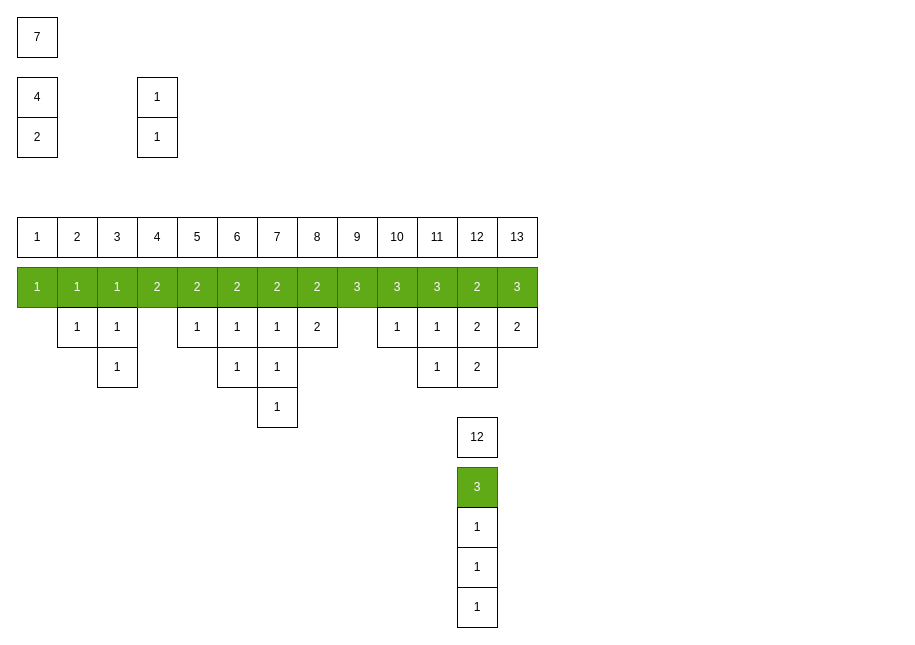
TaegyuHan/BackJoon_C keeps this draw.io diagram as 다이나믹프로그래밍/1699 제곱수의 합/1699.drawio. Above is the earlier version. Source tidied: cells renumbered, new cells numbered last; positions are measured from the earlier drawing's top-left corner, leaving out a move shared by most shapes. Both pictures are drawn from the tidied source at 100%, with x=0, y=0 at pixel (17, 17).
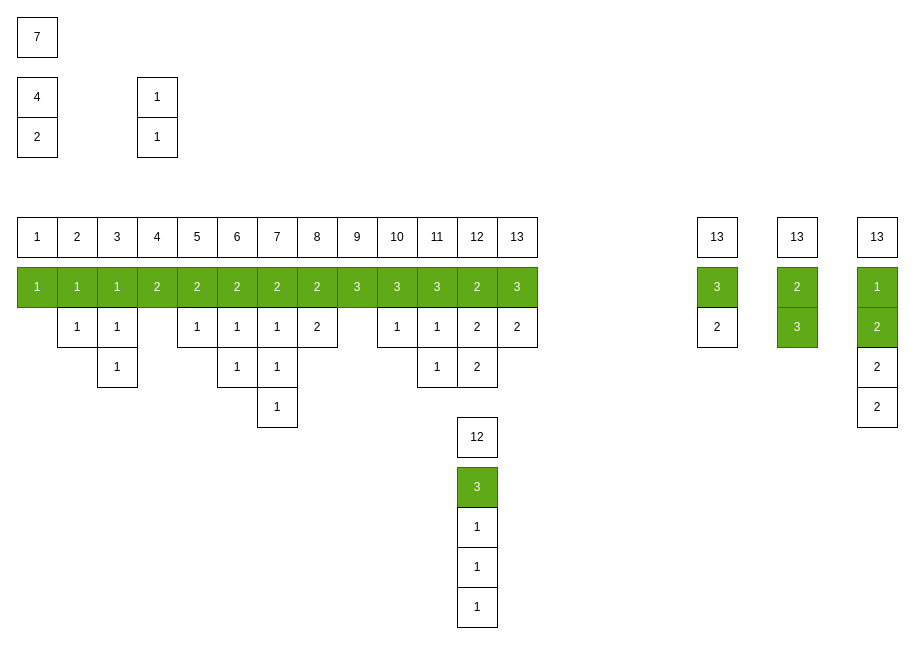
After the change.

What changed in the source:
```diff
@@
+    <mxCell id="54" value="13" style="rounded=0;whiteSpace=wrap;html=1;" parent="1" vertex="1">
+      <mxGeometry x="680" y="200" width="40" height="40" as="geometry" />
+    </mxCell>
+    <mxCell id="55" value="3" style="rounded=0;whiteSpace=wrap;html=1;fillColor=#60a917;fontColor=#ffffff;strokeColor=#2D7600;" parent="1" vertex="1">
+      <mxGeometry x="680" y="250" width="40" height="40" as="geometry" />
+    </mxCell>
+    <mxCell id="56" value="2" style="rounded=0;whiteSpace=wrap;html=1;" parent="1" vertex="1">
+      <mxGeometry x="680" y="290" width="40" height="40" as="geometry" />
+    </mxCell>
+    <mxCell id="57" value="13" style="rounded=0;whiteSpace=wrap;html=1;" parent="1" vertex="1">
+      <mxGeometry x="760" y="200" width="40" height="40" as="geometry" />
+    </mxCell>
+    <mxCell id="58" value="2" style="rounded=0;whiteSpace=wrap;html=1;fillColor=#60a917;fontColor=#ffffff;strokeColor=#2D7600;" parent="1" vertex="1">
+      <mxGeometry x="760" y="250" width="40" height="40" as="geometry" />
+    </mxCell>
+    <mxCell id="59" value="3" style="rounded=0;whiteSpace=wrap;html=1;fillColor=#60a917;fontColor=#ffffff;strokeColor=#2D7600;" parent="1" vertex="1">
+      <mxGeometry x="760" y="290" width="40" height="40" as="geometry" />
+    </mxCell>
+    <mxCell id="60" value="13" style="rounded=0;whiteSpace=wrap;html=1;" parent="1" vertex="1">
+      <mxGeometry x="840" y="200" width="40" height="40" as="geometry" />
+    </mxCell>
+    <mxCell id="61" value="1" style="rounded=0;whiteSpace=wrap;html=1;fillColor=#60a917;fontColor=#ffffff;strokeColor=#2D7600;" parent="1" vertex="1">
+      <mxGeometry x="840" y="250" width="40" height="40" as="geometry" />
+    </mxCell>
+    <mxCell id="62" value="2" style="rounded=0;whiteSpace=wrap;html=1;fillColor=#60a917;fontColor=#ffffff;strokeColor=#2D7600;" parent="1" vertex="1">
+      <mxGeometry x="840" y="290" width="40" height="40" as="geometry" />
+    </mxCell>
+    <mxCell id="63" value="2" style="rounded=0;whiteSpace=wrap;html=1;" parent="1" vertex="1">
+      <mxGeometry x="840" y="330" width="40" height="40" as="geometry" />
+    </mxCell>
+    <mxCell id="64" value="2" style="rounded=0;whiteSpace=wrap;html=1;" parent="1" vertex="1">
+      <mxGeometry x="840" y="370" width="40" height="40" as="geometry" />
+    </mxCell>
```
